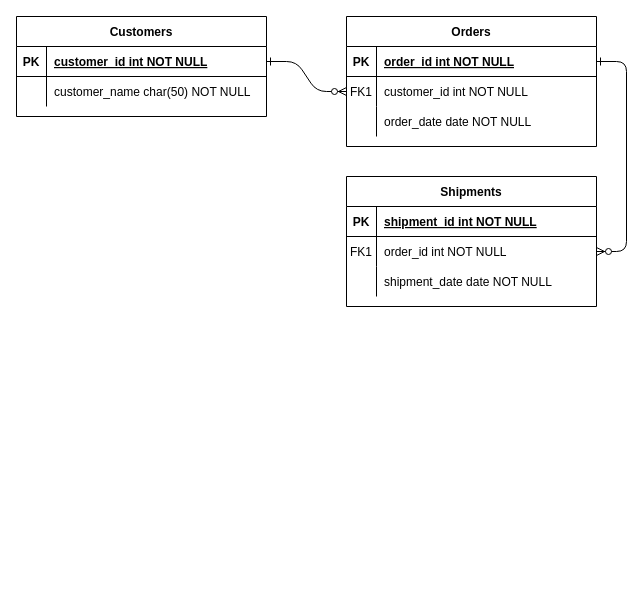
The draw.io diagram diagram/dashb_er.drawio in numnimjun/diagram, before the edit. Source tidied: cells renumbered, new cells numbered last; positions are measured from the earlier drawing's top-left corner, leaving out a move shared by most shapes. Both pictures are drawn from the tidied source at 100%, with x=0, y=0 at pixel (16, 16).
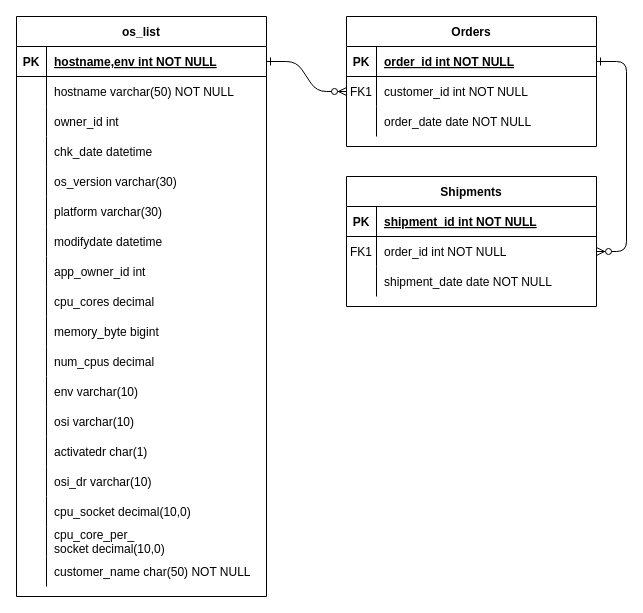
After the change.

The change refers to these unchanged cells:
```xml
<mxCell id="25" style="shape=partialRectangle;fillColor=none;points=[[0,0.5],[1,0.5]];portConstraint=eastwest;top=0;left=0;right=0;bottom=1;" parent="24" vertex="1">
  <mxGeometry y="30" width="250" height="30" as="geometry" />
</mxCell>
```

Change to the diagram source:
```diff
@@
-    <mxCell id="24" value="Customers" style="shape=table;startSize=30;childLayout=tableLayout;rowLines=0;fontStyle=1;align=center;" parent="1" vertex="1">
-      <mxGeometry width="250" height="100" as="geometry" />
+    <mxCell id="24" value="os_list" style="shape=table;startSize=30;childLayout=tableLayout;rowLines=0;fontStyle=1;align=center;" parent="1" vertex="1">
+      <mxGeometry width="250" height="580" as="geometry" />
     </mxCell>
@@
-    <mxCell id="27" value="customer_id int NOT NULL " style="shape=partialRectangle;overflow=hidden;fillColor=none;top=0;left=0;bottom=0;right=0;align=left;spacingLeft=6;fontStyle=5;" parent="25" vertex="1">
+    <mxCell id="27" value="hostname,env int NOT NULL " style="shape=partialRectangle;overflow=hidden;fillColor=none;top=0;left=0;bottom=0;right=0;align=left;spacingLeft=6;fontStyle=5;" parent="25" vertex="1">
       <mxGeometry x="30" width="220" height="30" as="geometry" />
     </mxCell>
+    <mxCell id="31" style="shape=partialRectangle;fillColor=none;top=0;left=0;right=0;bottom=0;" parent="24" vertex="1">
+      <mxGeometry y="60" width="250" height="30" as="geometry" />
+    </mxCell>
+    <mxCell id="32" style="shape=partialRectangle;overflow=hidden;fillColor=none;top=0;left=0;bottom=0;right=0;" parent="31" vertex="1">
+      <mxGeometry width="30" height="30" as="geometry" />
+    </mxCell>
+    <mxCell id="33" value="hostname varchar(50) NOT NULL" style="shape=partialRectangle;overflow=hidden;fillColor=none;top=0;left=0;bottom=0;right=0;align=left;spacingLeft=6;" parent="31" vertex="1">
+      <mxGeometry x="30" width="220" height="30" as="geometry" />
+    </mxCell>
+    <mxCell id="34" style="shape=partialRectangle;fillColor=none;top=0;left=0;right=0;bottom=0;" parent="24" vertex="1">
+      <mxGeometry y="90" width="250" height="30" as="geometry" />
+    </mxCell>
+    <mxCell id="35" style="shape=partialRectangle;overflow=hidden;fillColor=none;top=0;left=0;bottom=0;right=0;" parent="34" vertex="1">
+      <mxGeometry width="30" height="30" as="geometry" />
+    </mxCell>
+    <mxCell id="36" value="owner_id int " style="shape=partialRectangle;overflow=hidden;fillColor=none;top=0;left=0;bottom=0;right=0;align=left;spacingLeft=6;" parent="34" vertex="1">
+      <mxGeometry x="30" width="220" height="30" as="geometry" />
+    </mxCell>
+    <mxCell id="37" style="shape=partialRectangle;fillColor=none;top=0;left=0;right=0;bottom=0;" parent="24" vertex="1">
+      <mxGeometry y="120" width="250" height="30" as="geometry" />
+    </mxCell>
+    <mxCell id="38" style="shape=partialRectangle;overflow=hidden;fillColor=none;top=0;left=0;bottom=0;right=0;" parent="37" vertex="1">
+      <mxGeometry width="30" height="30" as="geometry" />
+    </mxCell>
+    <mxCell id="39" value="chk_date datetime" style="shape=partialRectangle;overflow=hidden;fillColor=none;top=0;left=0;bottom=0;right=0;align=left;spacingLeft=6;" parent="37" vertex="1">
+      <mxGeometry x="30" width="220" height="30" as="geometry" />
+    </mxCell>
+    <mxCell id="40" style="shape=partialRectangle;fillColor=none;top=0;left=0;right=0;bottom=0;" parent="24" vertex="1">
+      <mxGeometry y="150" width="250" height="30" as="geometry" />
+    </mxCell>
+    <mxCell id="41" style="shape=partialRectangle;overflow=hidden;fillColor=none;top=0;left=0;bottom=0;right=0;" parent="40" vertex="1">
+      <mxGeometry width="30" height="30" as="geometry" />
+    </mxCell>
+    <mxCell id="42" value="os_version varchar(30)" style="shape=partialRectangle;overflow=hidden;fillColor=none;top=0;left=0;bottom=0;right=0;align=left;spacingLeft=6;" parent="40" vertex="1">
+      <mxGeometry x="30" width="220" height="30" as="geometry" />
+    </mxCell>
+    <mxCell id="43" style="shape=partialRectangle;fillColor=none;top=0;left=0;right=0;bottom=0;" parent="24" vertex="1">
+      <mxGeometry y="180" width="250" height="30" as="geometry" />
+    </mxCell>
+    <mxCell id="44" style="shape=partialRectangle;overflow=hidden;fillColor=none;top=0;left=0;bottom=0;right=0;" parent="43" vertex="1">
+      <mxGeometry width="30" height="30" as="geometry" />
+    </mxCell>
+    <mxCell id="45" value="platform varchar(30)" style="shape=partialRectangle;overflow=hidden;fillColor=none;top=0;left=0;bottom=0;right=0;align=left;spacingLeft=6;" parent="43" vertex="1">
+      <mxGeometry x="30" width="220" height="30" as="geometry" />
+    </mxCell>
+    <mxCell id="46" style="shape=partialRectangle;fillColor=none;top=0;left=0;right=0;bottom=0;" parent="24" vertex="1">
+      <mxGeometry y="210" width="250" height="30" as="geometry" />
+    </mxCell>
+    <mxCell id="47" style="shape=partialRectangle;overflow=hidden;fillColor=none;top=0;left=0;bottom=0;right=0;" parent="46" vertex="1">
+      <mxGeometry width="30" height="30" as="geometry" />
+    </mxCell>
+    <mxCell id="48" value="modifydate datetime" style="shape=partialRectangle;overflow=hidden;fillColor=none;top=0;left=0;bottom=0;right=0;align=left;spacingLeft=6;" parent="46" vertex="1">
+      <mxGeometry x="30" width="220" height="30" as="geometry" />
+    </mxCell>
+    <mxCell id="49" style="shape=partialRectangle;fillColor=none;top=0;left=0;right=0;bottom=0;" parent="24" vertex="1">
+      <mxGeometry y="240" width="250" height="30" as="geometry" />
+    </mxCell>
+    <mxCell id="50" style="shape=partialRectangle;overflow=hidden;fillColor=none;top=0;left=0;bottom=0;right=0;" parent="49" vertex="1">
+      <mxGeometry width="30" height="30" as="geometry" />
+    </mxCell>
+    <mxCell id="51" value="app_owner_id int" style="shape=partialRectangle;overflow=hidden;fillColor=none;top=0;left=0;bottom=0;right=0;align=left;spacingLeft=6;" parent="49" vertex="1">
+      <mxGeometry x="30" width="220" height="30" as="geometry" />
+    </mxCell>
+    <mxCell id="52" style="shape=partialRectangle;fillColor=none;top=0;left=0;right=0;bottom=0;" parent="24" vertex="1">
+      <mxGeometry y="270" width="250" height="30" as="geometry" />
+    </mxCell>
+    <mxCell id="53" style="shape=partialRectangle;overflow=hidden;fillColor=none;top=0;left=0;bottom=0;right=0;" parent="52" vertex="1">
+      <mxGeometry width="30" height="30" as="geometry" />
+    </mxCell>
+    <mxCell id="54" value="cpu_cores decimal" style="shape=partialRectangle;overflow=hidden;fillColor=none;top=0;left=0;bottom=0;right=0;align=left;spacingLeft=6;" parent="52" vertex="1">
+      <mxGeometry x="30" width="220" height="30" as="geometry" />
+    </mxCell>
+    <mxCell id="55" style="shape=partialRectangle;fillColor=none;top=0;left=0;right=0;bottom=0;" parent="24" vertex="1">
+      <mxGeometry y="300" width="250" height="30" as="geometry" />
+    </mxCell>
+    <mxCell id="56" style="shape=partialRectangle;overflow=hidden;fillColor=none;top=0;left=0;bottom=0;right=0;" parent="55" vertex="1">
+      <mxGeometry width="30" height="30" as="geometry" />
+    </mxCell>
+    <mxCell id="57" value="memory_byte bigint" style="shape=partialRectangle;overflow=hidden;fillColor=none;top=0;left=0;bottom=0;right=0;align=left;spacingLeft=6;" parent="55" vertex="1">
+      <mxGeometry x="30" width="220" height="30" as="geometry" />
+    </mxCell>
+    <mxCell id="58" style="shape=partialRectangle;fillColor=none;top=0;left=0;right=0;bottom=0;" parent="24" vertex="1">
+      <mxGeometry y="330" width="250" height="30" as="geometry" />
+    </mxCell>
+    <mxCell id="59" style="shape=partialRectangle;overflow=hidden;fillColor=none;top=0;left=0;bottom=0;right=0;" parent="58" vertex="1">
+      <mxGeometry width="30" height="30" as="geometry" />
+    </mxCell>
+    <mxCell id="60" value="num_cpus decimal" style="shape=partialRectangle;overflow=hidden;fillColor=none;top=0;left=0;bottom=0;right=0;align=left;spacingLeft=6;" parent="58" vertex="1">
+      <mxGeometry x="30" width="220" height="30" as="geometry" />
+    </mxCell>
+    <mxCell id="61" style="shape=partialRectangle;fillColor=none;top=0;left=0;right=0;bottom=0;" parent="24" vertex="1">
+      <mxGeometry y="360" width="250" height="30" as="geometry" />
+    </mxCell>
+    <mxCell id="62" style="shape=partialRectangle;overflow=hidden;fillColor=none;top=0;left=0;bottom=0;right=0;" parent="61" vertex="1">
+      <mxGeometry width="30" height="30" as="geometry" />
+    </mxCell>
+    <mxCell id="63" value="env varchar(10)" style="shape=partialRectangle;overflow=hidden;fillColor=none;top=0;left=0;bottom=0;right=0;align=left;spacingLeft=6;" parent="61" vertex="1">
+      <mxGeometry x="30" width="220" height="30" as="geometry" />
+    </mxCell>
+    <mxCell id="64" style="shape=partialRectangle;fillColor=none;top=0;left=0;right=0;bottom=0;" parent="24" vertex="1">
+      <mxGeometry y="390" width="250" height="30" as="geometry" />
+    </mxCell>
+    <mxCell id="65" style="shape=partialRectangle;overflow=hidden;fillColor=none;top=0;left=0;bottom=0;right=0;" parent="64" vertex="1">
+      <mxGeometry width="30" height="30" as="geometry" />
+    </mxCell>
+    <mxCell id="66" value="osi varchar(10)" style="shape=partialRectangle;overflow=hidden;fillColor=none;top=0;left=0;bottom=0;right=0;align=left;spacingLeft=6;" parent="64" vertex="1">
+      <mxGeometry x="30" width="220" height="30" as="geometry" />
+    </mxCell>
+    <mxCell id="67" style="shape=partialRectangle;fillColor=none;top=0;left=0;right=0;bottom=0;" parent="24" vertex="1">
+      <mxGeometry y="420" width="250" height="30" as="geometry" />
+    </mxCell>
+    <mxCell id="68" style="shape=partialRectangle;overflow=hidden;fillColor=none;top=0;left=0;bottom=0;right=0;" parent="67" vertex="1">
+      <mxGeometry width="30" height="30" as="geometry" />
+    </mxCell>
+    <mxCell id="69" value="activatedr char(1)" style="shape=partialRectangle;overflow=hidden;fillColor=none;top=0;left=0;bottom=0;right=0;align=left;spacingLeft=6;" parent="67" vertex="1">
+      <mxGeometry x="30" width="220" height="30" as="geometry" />
+    </mxCell>
+    <mxCell id="70" style="shape=partialRectangle;fillColor=none;top=0;left=0;right=0;bottom=0;" parent="24" vertex="1">
+      <mxGeometry y="450" width="250" height="30" as="geometry" />
+    </mxCell>
+    <mxCell id="71" style="shape=partialRectangle;overflow=hidden;fillColor=none;top=0;left=0;bottom=0;right=0;" parent="70" vertex="1">
+      <mxGeometry width="30" height="30" as="geometry" />
+    </mxCell>
+    <mxCell id="72" value="osi_dr varchar(10)" style="shape=partialRectangle;overflow=hidden;fillColor=none;top=0;left=0;bottom=0;right=0;align=left;spacingLeft=6;" parent="70" vertex="1">
+      <mxGeometry x="30" width="220" height="30" as="geometry" />
+    </mxCell>
+    <mxCell id="73" style="shape=partialRectangle;fillColor=none;top=0;left=0;right=0;bottom=0;" parent="24" vertex="1">
+      <mxGeometry y="480" width="250" height="30" as="geometry" />
+    </mxCell>
+    <mxCell id="74" style="shape=partialRectangle;overflow=hidden;fillColor=none;top=0;left=0;bottom=0;right=0;" parent="73" vertex="1">
+      <mxGeometry width="30" height="30" as="geometry" />
+    </mxCell>
+    <mxCell id="75" value="cpu_socket decimal(10,0)" style="shape=partialRectangle;overflow=hidden;fillColor=none;top=0;left=0;bottom=0;right=0;align=left;spacingLeft=6;" parent="73" vertex="1">
+      <mxGeometry x="30" width="220" height="30" as="geometry" />
+    </mxCell>
+    <mxCell id="76" style="shape=partialRectangle;fillColor=none;top=0;left=0;right=0;bottom=0;" parent="24" vertex="1">
+      <mxGeometry y="510" width="250" height="30" as="geometry" />
+    </mxCell>
+    <mxCell id="77" style="shape=partialRectangle;overflow=hidden;fillColor=none;top=0;left=0;bottom=0;right=0;" parent="76" vertex="1">
+      <mxGeometry width="30" height="30" as="geometry" />
+    </mxCell>
+    <mxCell id="78" value="cpu_core_per_&#10;socket decimal(10,0)" style="shape=partialRectangle;overflow=hidden;fillColor=none;top=0;left=0;bottom=0;right=0;align=left;spacingLeft=6;" parent="76" vertex="1">
+      <mxGeometry x="30" width="220" height="30" as="geometry" />
+    </mxCell>
     <mxCell id="28" style="shape=partialRectangle;fillColor=none;top=0;left=0;right=0;bottom=0;" parent="24" vertex="1">
-      <mxGeometry y="60" width="250" height="30" as="geometry" />
+      <mxGeometry y="540" width="250" height="30" as="geometry" />
     </mxCell>
```
